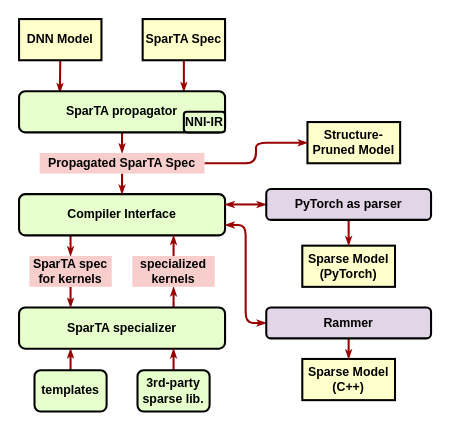
Before: docs/medias/arch.drawio in zheng-ningxin/SparTA, a draw.io diagram. Source tidied: cells renumbered, new cells numbered last; positions are measured from the earlier drawing's top-left corner, leaving out a move shared by most shapes. Both pictures are drawn from the tidied source at 103%, with x=0, y=0 at pixel (19, 19).
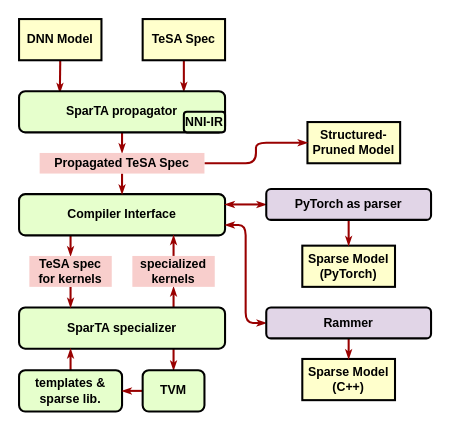
After the change.

Commit message (it also covers changes not shown here):
update architecture design (not finished)

Unchanged cells that the change refers to:
```xml
<mxCell id="11" value="SparTA specializer" style="whiteSpace=wrap;align=center;verticalAlign=middle;fontStyle=1;strokeWidth=2;fillColor=#E6FFCC;rounded=1;" parent="1" vertex="1">
  <mxGeometry y="280" width="200" height="40" as="geometry" />
</mxCell>
```

What changed in the source:
```diff
@@
-    <mxCell id="5" value="SparTA Spec" style="whiteSpace=wrap;align=center;verticalAlign=middle;fontStyle=1;strokeWidth=2;fillColor=#FFFFCC;" parent="1" vertex="1">
+    <mxCell id="5" value="TeSA Spec" style="whiteSpace=wrap;align=center;verticalAlign=middle;fontStyle=1;strokeWidth=2;fillColor=#FFFFCC;" parent="1" vertex="1">
       <mxGeometry x="120" width="80" height="40" as="geometry" />
     </mxCell>
@@
+    <mxCell id="33" style="edgeStyle=none;shape=connector;rounded=1;jettySize=auto;html=1;exitX=0.75;exitY=1;exitDx=0;exitDy=0;entryX=0.5;entryY=0;entryDx=0;entryDy=0;labelBackgroundColor=default;fontFamily=Helvetica;fontSize=11;fontColor=default;endArrow=classicThin;endFill=1;startSize=3;endSize=3;strokeColor=#990000;strokeWidth=2;elbow=vertical;" parent="1" edge="1" source="11" target="18">
+      <mxGeometry relative="1" as="geometry" />
+    </mxCell>
@@
-    <mxCell id="12" value="Structure-Pruned Model" style="whiteSpace=wrap;align=center;verticalAlign=middle;fontStyle=1;strokeWidth=2;fillColor=#FFFFCC;" parent="1" vertex="1">
+    <mxCell id="12" value="Structured-Pruned Model" style="whiteSpace=wrap;align=center;verticalAlign=middle;fontStyle=1;strokeWidth=2;fillColor=#FFFFCC;" parent="1" vertex="1">
       <mxGeometry x="280" y="100" width="90" height="40" as="geometry" />
     </mxCell>
@@
-    <mxCell id="16" value="templates" style="whiteSpace=wrap;align=center;verticalAlign=middle;fontStyle=1;strokeWidth=2;fillColor=#E6FFCC;rounded=1;" parent="1" vertex="1">
-      <mxGeometry x="15" y="341" width="70" height="40" as="geometry" />
+    <mxCell id="16" value="templates &amp; sparse lib." style="whiteSpace=wrap;align=center;verticalAlign=middle;fontStyle=1;strokeWidth=2;fillColor=#E6FFCC;rounded=1;" parent="1" vertex="1">
+      <mxGeometry y="341" width="100" height="40" as="geometry" />
     </mxCell>
-    <mxCell id="17" style="edgeStyle=none;shape=connector;rounded=1;jettySize=auto;html=1;exitX=0.5;exitY=0;exitDx=0;exitDy=0;entryX=0.75;entryY=1;entryDx=0;entryDy=0;labelBackgroundColor=default;fontFamily=Helvetica;fontSize=11;fontColor=default;endArrow=classicThin;strokeColor=#990000;strokeWidth=2;elbow=vertical;endFill=1;startSize=3;endSize=3;" parent="1" edge="1" source="18" target="11">
-      <mxGeometry relative="1" as="geometry" />
-    </mxCell>
+    <mxCell id="34" style="edgeStyle=none;shape=connector;rounded=1;jettySize=auto;html=1;exitX=0;exitY=0.5;exitDx=0;exitDy=0;entryX=1;entryY=0.5;entryDx=0;entryDy=0;labelBackgroundColor=default;fontFamily=Helvetica;fontSize=11;fontColor=default;endArrow=classicThin;endFill=1;startSize=3;endSize=3;strokeColor=#990000;strokeWidth=2;elbow=vertical;" parent="1" edge="1" source="18" target="16">
+      <mxGeometry relative="1" as="geometry" />
+    </mxCell>
-    <mxCell id="18" value="3rd-party&#10;sparse lib." style="whiteSpace=wrap;align=center;verticalAlign=middle;fontStyle=1;strokeWidth=2;fillColor=#E6FFCC;rounded=1;" parent="1" vertex="1">
-      <mxGeometry x="115" y="341" width="70" height="40" as="geometry" />
+    <mxCell id="18" value="TVM" style="whiteSpace=wrap;align=center;verticalAlign=middle;fontStyle=1;strokeWidth=2;fillColor=#E6FFCC;rounded=1;" parent="1" vertex="1">
+      <mxGeometry x="120" y="341" width="60" height="40" as="geometry" />
     </mxCell>
@@
-    <mxCell id="22" value="Propagated SparTA Spec" style="whiteSpace=wrap;align=center;verticalAlign=middle;fontStyle=1;strokeWidth=2;fillColor=#f8cecc;rounded=0;strokeColor=none;" parent="1" vertex="1">
+    <mxCell id="22" value="Propagated TeSA Spec" style="whiteSpace=wrap;align=center;verticalAlign=middle;fontStyle=1;strokeWidth=2;fillColor=#f8cecc;rounded=0;strokeColor=none;" parent="1" vertex="1">
       <mxGeometry x="20" y="130" width="160" height="20" as="geometry" />
     </mxCell>
@@
-    <mxCell id="24" value="SparTA spec&#10;for kernels" style="whiteSpace=wrap;align=center;verticalAlign=middle;fontStyle=1;strokeWidth=2;fillColor=#f8cecc;rounded=0;strokeColor=none;" parent="1" vertex="1">
+    <mxCell id="24" value="TeSA spec&#10;for kernels" style="whiteSpace=wrap;align=center;verticalAlign=middle;fontStyle=1;strokeWidth=2;fillColor=#f8cecc;rounded=0;strokeColor=none;" parent="1" vertex="1">
       <mxGeometry x="10" y="230" width="80" height="30" as="geometry" />
     </mxCell>
```
